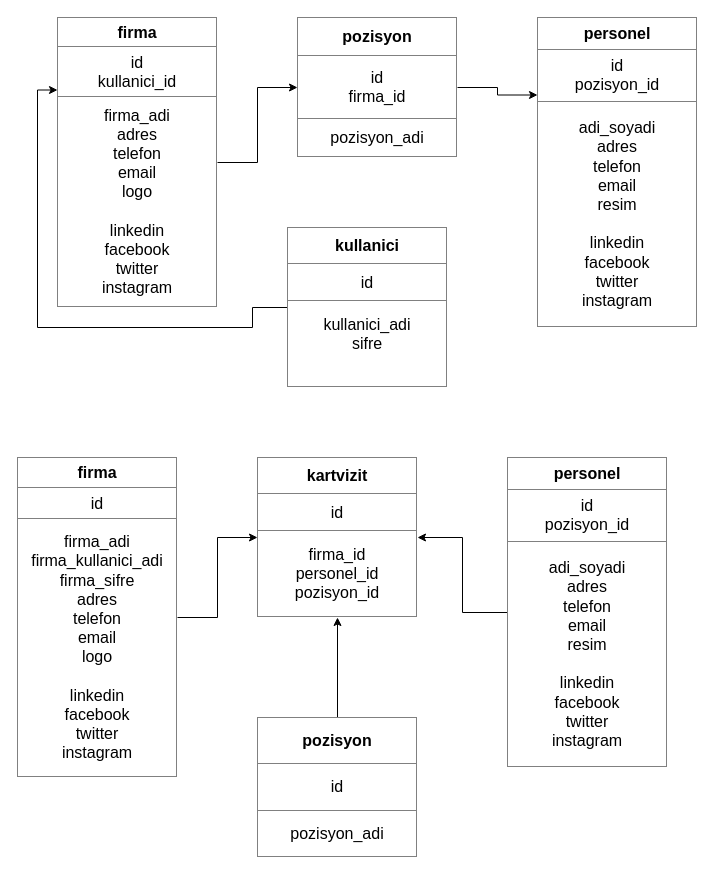
Above: page "Page-3" (3 of 3) of Untitled Diagram.drawio in mvltcn/kartvizit2 (draw.io), before the change. Source tidied: cells renumbered, new cells numbered last; positions are measured from the earlier drawing's top-left corner, leaving out a move shared by most shapes. Both pictures are drawn from the tidied source at 100%, with x=0, y=0 at pixel (17, 17).
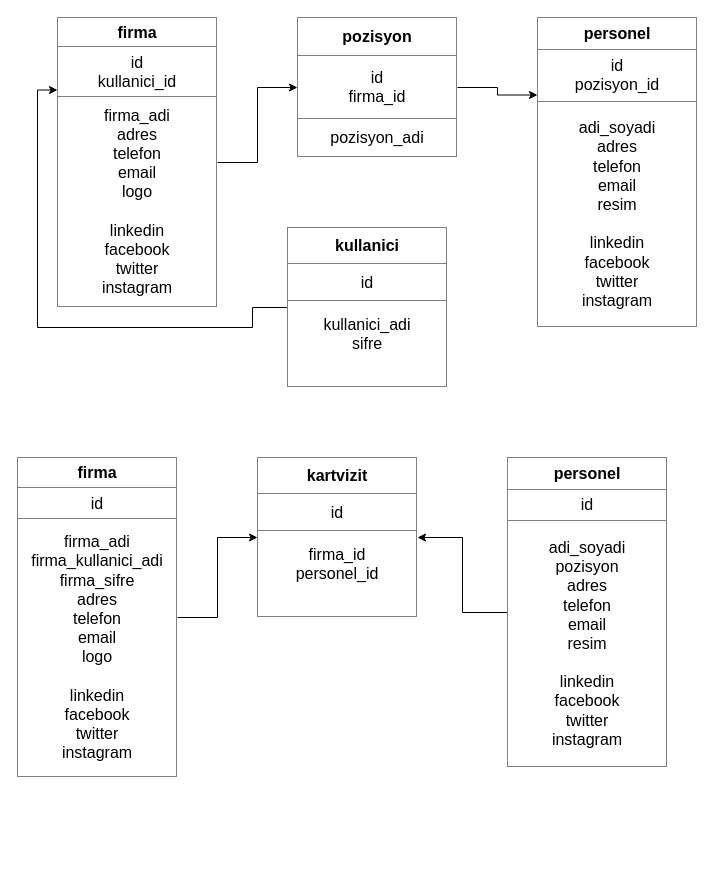
The same diagram, later.

Change to the diagram source:
```diff
@@
 <mxGraphModel>
   <root>
     <mxCell id="0" />
     <mxCell id="1" parent="0" />
     <mxCell id="2" style="edgeStyle=orthogonalEdgeStyle;rounded=0;jettySize=auto;html=1;entryX=0;entryY=0.5;entryDx=0;entryDy=0;fontSize=16;" parent="1" edge="1" source="3" target="6">
       <mxGeometry relative="1" as="geometry" />
     </mxCell>
     <mxCell id="3" value="&lt;table border=&quot;1&quot; width=&quot;100%&quot; cellpadding=&quot;4&quot; style=&quot;width: 100% ; height: 100% ; border-collapse: collapse&quot;&gt;&lt;tbody&gt;&lt;tr&gt;&lt;th align=&quot;center&quot;&gt;firma&lt;/th&gt;&lt;/tr&gt;&lt;tr&gt;&lt;td align=&quot;center&quot;&gt;id&lt;br&gt;kullanici_id&lt;/td&gt;&lt;/tr&gt;&lt;tr&gt;&lt;td align=&quot;center&quot;&gt;firma_adi&lt;br&gt;adres&lt;br&gt;telefon&lt;br&gt;email&lt;br&gt;logo&lt;br&gt;&lt;br&gt;linkedin&lt;br&gt;facebook&lt;br&gt;twitter&lt;br&gt;instagram&lt;/td&gt;&lt;/tr&gt;&lt;/tbody&gt;&lt;/table&gt;" style="text;html=1;strokeColor=none;fillColor=none;overflow=fill;fontSize=16;" parent="1" vertex="1">
       <mxGeometry x="40" width="160" height="290" as="geometry" />
     </mxCell>
     <mxCell id="4" value="&lt;table border=&quot;1&quot; width=&quot;100%&quot; cellpadding=&quot;4&quot; style=&quot;width: 100% ; height: 100% ; border-collapse: collapse&quot;&gt;&lt;tbody&gt;&lt;tr&gt;&lt;th align=&quot;center&quot;&gt;personel&lt;/th&gt;&lt;/tr&gt;&lt;tr&gt;&lt;td align=&quot;center&quot;&gt;id&lt;br&gt;pozisyon_id&lt;/td&gt;&lt;/tr&gt;&lt;tr&gt;&lt;td align=&quot;center&quot;&gt;adi_soyadi&lt;br&gt;adres&lt;br&gt;telefon&lt;br&gt;email&lt;br&gt;resim&lt;br&gt;&lt;br&gt;linkedin&lt;br&gt;facebook&lt;br&gt;twitter&lt;br&gt;instagram&lt;/td&gt;&lt;/tr&gt;&lt;/tbody&gt;&lt;/table&gt;" style="text;html=1;strokeColor=none;fillColor=none;overflow=fill;fontSize=16;" parent="1" vertex="1">
       <mxGeometry x="520" width="160" height="310" as="geometry" />
     </mxCell>
     <mxCell id="5" style="edgeStyle=orthogonalEdgeStyle;rounded=0;jettySize=auto;html=1;exitX=1;exitY=0.5;exitDx=0;exitDy=0;entryX=0;entryY=0.25;entryDx=0;entryDy=0;fontSize=16;" parent="1" edge="1" source="6" target="4">
       <mxGeometry relative="1" as="geometry" />
     </mxCell>
     <mxCell id="6" value="&lt;table border=&quot;1&quot; width=&quot;100%&quot; cellpadding=&quot;4&quot; style=&quot;width: 100% ; height: 100% ; border-collapse: collapse&quot;&gt;&lt;tbody&gt;&lt;tr&gt;&lt;th align=&quot;center&quot;&gt;pozisyon&lt;/th&gt;&lt;/tr&gt;&lt;tr&gt;&lt;td align=&quot;center&quot;&gt;id&lt;br&gt;firma_id&lt;/td&gt;&lt;/tr&gt;&lt;tr&gt;&lt;td align=&quot;center&quot;&gt;pozisyon_adi&lt;/td&gt;&lt;/tr&gt;&lt;/tbody&gt;&lt;/table&gt;" style="text;html=1;strokeColor=none;fillColor=none;overflow=fill;fontSize=16;" parent="1" vertex="1">
       <mxGeometry x="280" width="160" height="140" as="geometry" />
     </mxCell>
     <mxCell id="7" style="edgeStyle=orthogonalEdgeStyle;rounded=0;jettySize=auto;html=1;entryX=0;entryY=0.25;entryDx=0;entryDy=0;fontSize=16;" parent="1" edge="1" source="8" target="3">
       <mxGeometry relative="1" as="geometry" />
     </mxCell>
     <mxCell id="8" value="&lt;table border=&quot;1&quot; width=&quot;100%&quot; cellpadding=&quot;4&quot; style=&quot;width: 100% ; height: 100% ; border-collapse: collapse&quot;&gt;&lt;tbody&gt;&lt;tr&gt;&lt;th align=&quot;center&quot;&gt;kullanici&lt;/th&gt;&lt;/tr&gt;&lt;tr&gt;&lt;td align=&quot;center&quot;&gt;id&lt;/td&gt;&lt;/tr&gt;&lt;tr&gt;&lt;td align=&quot;center&quot;&gt;kullanici_adi&lt;br&gt;sifre&lt;br&gt;&lt;br&gt;&lt;/td&gt;&lt;/tr&gt;&lt;/tbody&gt;&lt;/table&gt;" style="text;html=1;strokeColor=none;fillColor=none;overflow=fill;fontSize=16;" parent="1" vertex="1">
       <mxGeometry x="270" y="210" width="160" height="160" as="geometry" />
     </mxCell>
     <mxCell id="9" style="edgeStyle=orthogonalEdgeStyle;rounded=0;orthogonalLoop=1;jettySize=auto;html=1;exitX=0.5;exitY=1;exitDx=0;exitDy=0;fontSize=16;" parent="1" edge="1" source="3" target="3">
       <mxGeometry relative="1" as="geometry" />
     </mxCell>
     <mxCell id="10" style="edgeStyle=orthogonalEdgeStyle;rounded=0;jettySize=auto;html=1;fontSize=16;" parent="1" edge="1" source="11" target="16">
       <mxGeometry relative="1" as="geometry" />
     </mxCell>
     <mxCell id="11" value="&lt;table border=&quot;1&quot; width=&quot;100%&quot; cellpadding=&quot;4&quot; style=&quot;width: 100% ; height: 100% ; border-collapse: collapse&quot;&gt;&lt;tbody&gt;&lt;tr&gt;&lt;th align=&quot;center&quot;&gt;firma&lt;/th&gt;&lt;/tr&gt;&lt;tr&gt;&lt;td align=&quot;center&quot;&gt;id&lt;br&gt;&lt;/td&gt;&lt;/tr&gt;&lt;tr&gt;&lt;td align=&quot;center&quot;&gt;firma_adi&lt;br&gt;firma_kullanici_adi&lt;br&gt;firma_sifre&lt;br&gt;adres&lt;br&gt;telefon&lt;br&gt;email&lt;br&gt;logo&lt;br&gt;&lt;br&gt;linkedin&lt;br&gt;facebook&lt;br&gt;twitter&lt;br&gt;instagram&lt;/td&gt;&lt;/tr&gt;&lt;/tbody&gt;&lt;/table&gt;" style="text;html=1;strokeColor=none;fillColor=none;overflow=fill;fontSize=16;" parent="1" vertex="1">
       <mxGeometry y="440" width="160" height="320" as="geometry" />
     </mxCell>
     <mxCell id="12" style="edgeStyle=orthogonalEdgeStyle;rounded=0;jettySize=auto;html=1;fontSize=16;" parent="1" edge="1" source="13" target="16">
       <mxGeometry relative="1" as="geometry" />
     </mxCell>
-    <mxCell id="13" value="&lt;table border=&quot;1&quot; width=&quot;100%&quot; cellpadding=&quot;4&quot; style=&quot;width: 100% ; height: 100% ; border-collapse: collapse&quot;&gt;&lt;tbody&gt;&lt;tr&gt;&lt;th align=&quot;center&quot;&gt;personel&lt;/th&gt;&lt;/tr&gt;&lt;tr&gt;&lt;td align=&quot;center&quot;&gt;id&lt;br&gt;pozisyon_id&lt;/td&gt;&lt;/tr&gt;&lt;tr&gt;&lt;td align=&quot;center&quot;&gt;adi_soyadi&lt;br&gt;adres&lt;br&gt;telefon&lt;br&gt;email&lt;br&gt;resim&lt;br&gt;&lt;br&gt;linkedin&lt;br&gt;facebook&lt;br&gt;twitter&lt;br&gt;instagram&lt;/td&gt;&lt;/tr&gt;&lt;/tbody&gt;&lt;/table&gt;" style="text;html=1;strokeColor=none;fillColor=none;overflow=fill;fontSize=16;" parent="1" vertex="1">
+    <mxCell id="13" value="&lt;table border=&quot;1&quot; width=&quot;100%&quot; cellpadding=&quot;4&quot; style=&quot;width: 100% ; height: 100% ; border-collapse: collapse&quot;&gt;&lt;tbody&gt;&lt;tr&gt;&lt;th align=&quot;center&quot;&gt;personel&lt;/th&gt;&lt;/tr&gt;&lt;tr&gt;&lt;td align=&quot;center&quot;&gt;id&lt;br&gt;&lt;/td&gt;&lt;/tr&gt;&lt;tr&gt;&lt;td align=&quot;center&quot;&gt;adi_soyadi&lt;br&gt;pozisyon&lt;br&gt;adres&lt;br&gt;telefon&lt;br&gt;email&lt;br&gt;resim&lt;br&gt;&lt;br&gt;linkedin&lt;br&gt;facebook&lt;br&gt;twitter&lt;br&gt;instagram&lt;/td&gt;&lt;/tr&gt;&lt;/tbody&gt;&lt;/table&gt;" style="text;html=1;strokeColor=none;fillColor=none;overflow=fill;fontSize=16;" parent="1" vertex="1">
       <mxGeometry x="490" y="440" width="160" height="310" as="geometry" />
     </mxCell>
-    <mxCell id="14" style="edgeStyle=orthogonalEdgeStyle;rounded=0;jettySize=auto;html=1;fontSize=16;" parent="1" edge="1" source="15" target="16">
-      <mxGeometry relative="1" as="geometry" />
-    </mxCell>
-    <mxCell id="15" value="&lt;table border=&quot;1&quot; width=&quot;100%&quot; cellpadding=&quot;4&quot; style=&quot;width: 100% ; height: 100% ; border-collapse: collapse&quot;&gt;&lt;tbody&gt;&lt;tr&gt;&lt;th align=&quot;center&quot;&gt;pozisyon&lt;/th&gt;&lt;/tr&gt;&lt;tr&gt;&lt;td align=&quot;center&quot;&gt;id&lt;br&gt;&lt;/td&gt;&lt;/tr&gt;&lt;tr&gt;&lt;td align=&quot;center&quot;&gt;pozisyon_adi&lt;/td&gt;&lt;/tr&gt;&lt;/tbody&gt;&lt;/table&gt;" style="text;html=1;strokeColor=none;fillColor=none;overflow=fill;fontSize=16;" parent="1" vertex="1">
-      <mxGeometry x="240" y="700" width="160" height="140" as="geometry" />
-    </mxCell>
-    <mxCell id="16" value="&lt;table border=&quot;1&quot; width=&quot;100%&quot; cellpadding=&quot;4&quot; style=&quot;width: 100% ; height: 100% ; border-collapse: collapse&quot;&gt;&lt;tbody&gt;&lt;tr&gt;&lt;th align=&quot;center&quot;&gt;kartvizit&lt;/th&gt;&lt;/tr&gt;&lt;tr&gt;&lt;td align=&quot;center&quot;&gt;id&lt;br&gt;&lt;/td&gt;&lt;/tr&gt;&lt;tr&gt;&lt;td align=&quot;center&quot;&gt;firma_id&lt;br&gt;personel_id&lt;br&gt;pozisyon_id&lt;/td&gt;&lt;/tr&gt;&lt;/tbody&gt;&lt;/table&gt;" style="text;html=1;strokeColor=none;fillColor=none;overflow=fill;fontSize=16;" parent="1" vertex="1">
+    <mxCell id="16" value="&lt;table border=&quot;1&quot; width=&quot;100%&quot; cellpadding=&quot;4&quot; style=&quot;width: 100% ; height: 100% ; border-collapse: collapse&quot;&gt;&lt;tbody&gt;&lt;tr&gt;&lt;th align=&quot;center&quot;&gt;kartvizit&lt;/th&gt;&lt;/tr&gt;&lt;tr&gt;&lt;td align=&quot;center&quot;&gt;id&lt;br&gt;&lt;/td&gt;&lt;/tr&gt;&lt;tr&gt;&lt;td align=&quot;center&quot;&gt;firma_id&lt;br&gt;personel_id&lt;br&gt;&lt;br&gt;&lt;/td&gt;&lt;/tr&gt;&lt;/tbody&gt;&lt;/table&gt;" style="text;html=1;strokeColor=none;fillColor=none;overflow=fill;fontSize=16;" parent="1" vertex="1">
       <mxGeometry x="240" y="440" width="160" height="160" as="geometry" />
     </mxCell>
   </root>
 </mxGraphModel>
```
